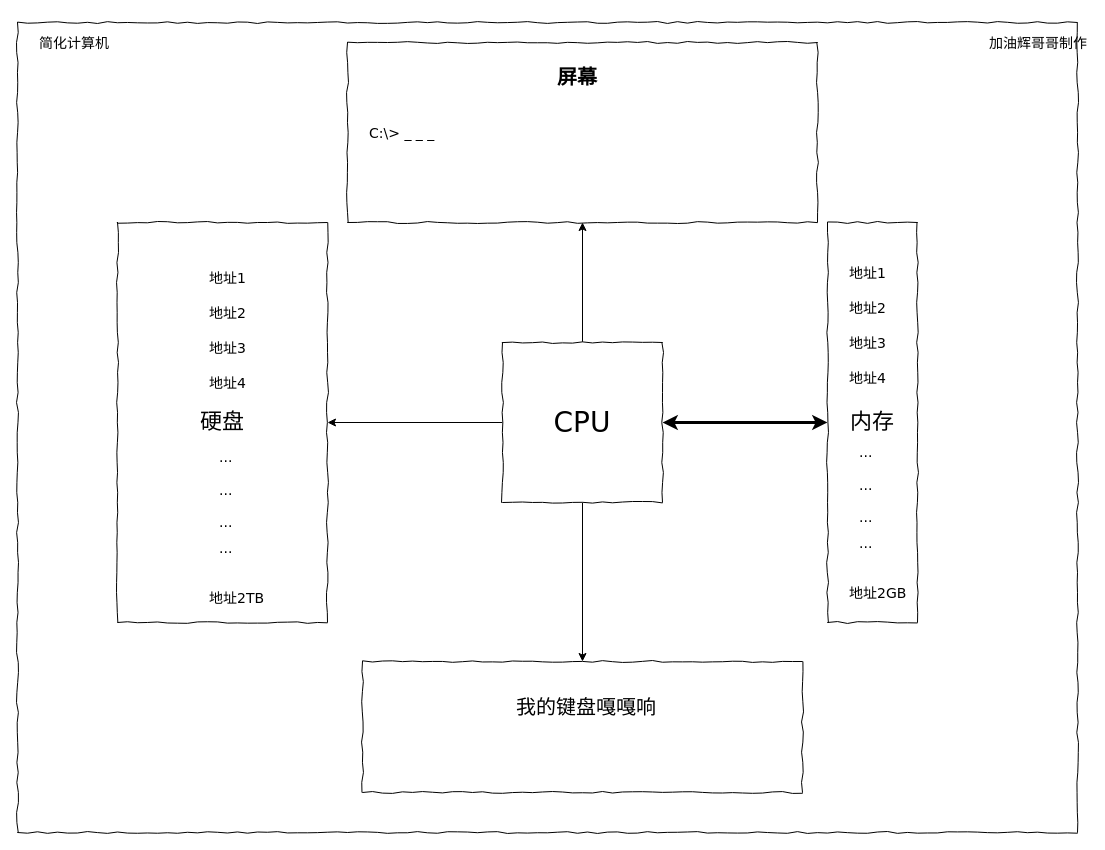
The draw.io diagram 计算机结构.drawio in lqhnet/hello-world, before the edit. Source tidied: cells renumbered, new cells numbered last; positions are measured from the earlier drawing's top-left corner, leaving out a move shared by most shapes. Both pictures are drawn from the tidied source at 100%, with x=0, y=0 at pixel (17, 22).
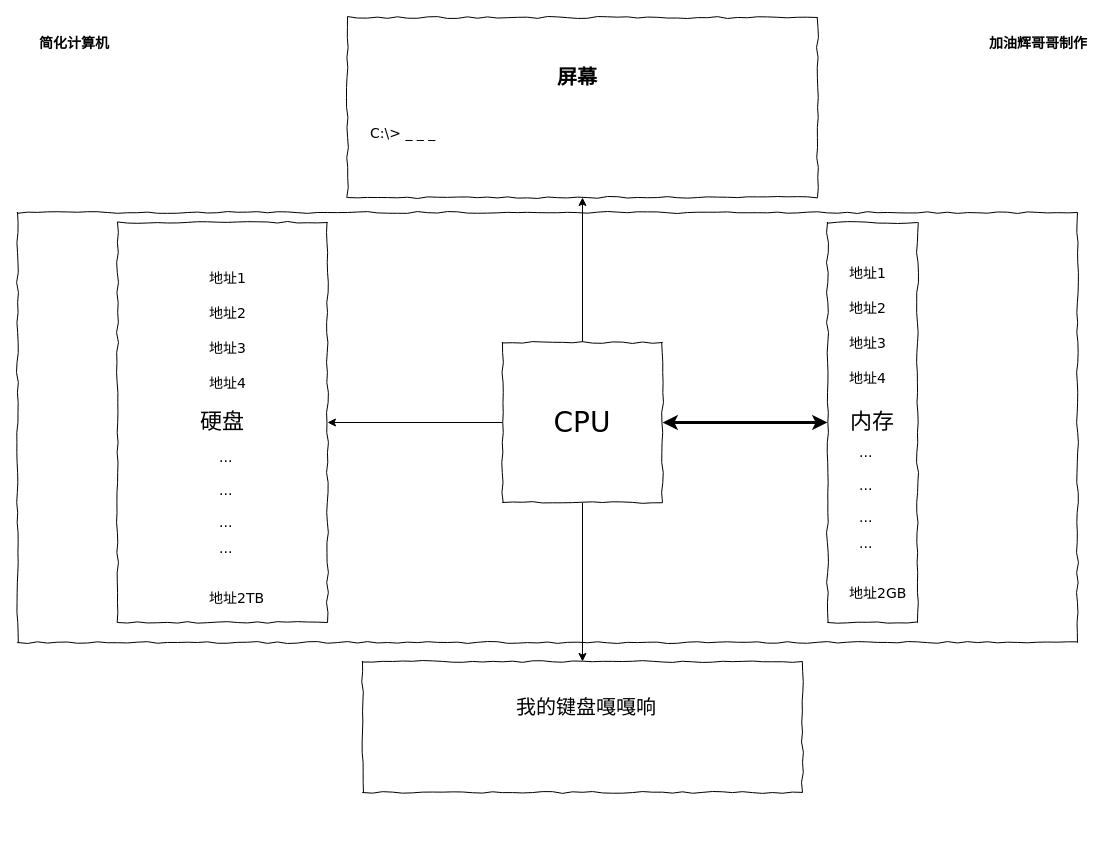
The same page after the edit.

Commit message:
更新计算机结构.drawio

The edit, as a diff of the source:
```diff
@@
     <mxCell id="2" style="whiteSpace=wrap;html=1;rounded=0;shadow=0;labelBackgroundColor=none;strokeColor=#000000;strokeWidth=1;fillColor=none;fontFamily=Verdana;fontSize=12;fontColor=#000000;align=center;comic=1;" parent="1" vertex="1">
-      <mxGeometry width="1060" height="810" as="geometry" />
+      <mxGeometry y="190" width="1060" height="430" as="geometry" />
     </mxCell>
@@
-    <mxCell id="8" value="加油辉哥哥制作" style="text;html=1;align=left;verticalAlign=top;spacingTop=-4;fontSize=14;fontFamily=Verdana;" parent="1" vertex="1">
+    <mxCell id="8" value="加油辉哥哥制作" style="text;html=1;align=left;verticalAlign=top;spacingTop=-4;fontSize=14;fontFamily=Verdana;fontStyle=1;" parent="1" vertex="1">
       <mxGeometry x="970" y="10" width="60" height="20" as="geometry" />
     </mxCell>
     <mxCell id="9" style="whiteSpace=wrap;html=1;rounded=0;shadow=0;labelBackgroundColor=none;strokeWidth=1;fillColor=none;fontFamily=Verdana;fontSize=12;align=center;comic=1;" parent="1" vertex="1">
-      <mxGeometry x="330" y="20" width="470" height="180" as="geometry" />
+      <mxGeometry x="330" y="-5" width="470" height="180" as="geometry" />
     </mxCell>
     <mxCell id="10" value="C:\&amp;gt; _ _ _" style="text;html=1;align=left;verticalAlign=top;spacingTop=-4;fontSize=14;fontFamily=Verdana;" parent="1" vertex="1">
-      <mxGeometry x="350" y="100" width="187" height="75" as="geometry" />
+      <mxGeometry x="351" y="100" width="187" height="75" as="geometry" />
     </mxCell>
@@
-    <mxCell id="34" value="简化计算机" style="text;html=1;align=left;verticalAlign=top;spacingTop=-4;fontSize=14;fontFamily=Verdana;" parent="1" vertex="1">
+    <mxCell id="34" value="简化计算机" style="text;html=1;align=left;verticalAlign=top;spacingTop=-4;fontSize=14;fontFamily=Verdana;fontStyle=1;" parent="1" vertex="1">
       <mxGeometry x="20" y="10" width="60" height="20" as="geometry" />
     </mxCell>
```
